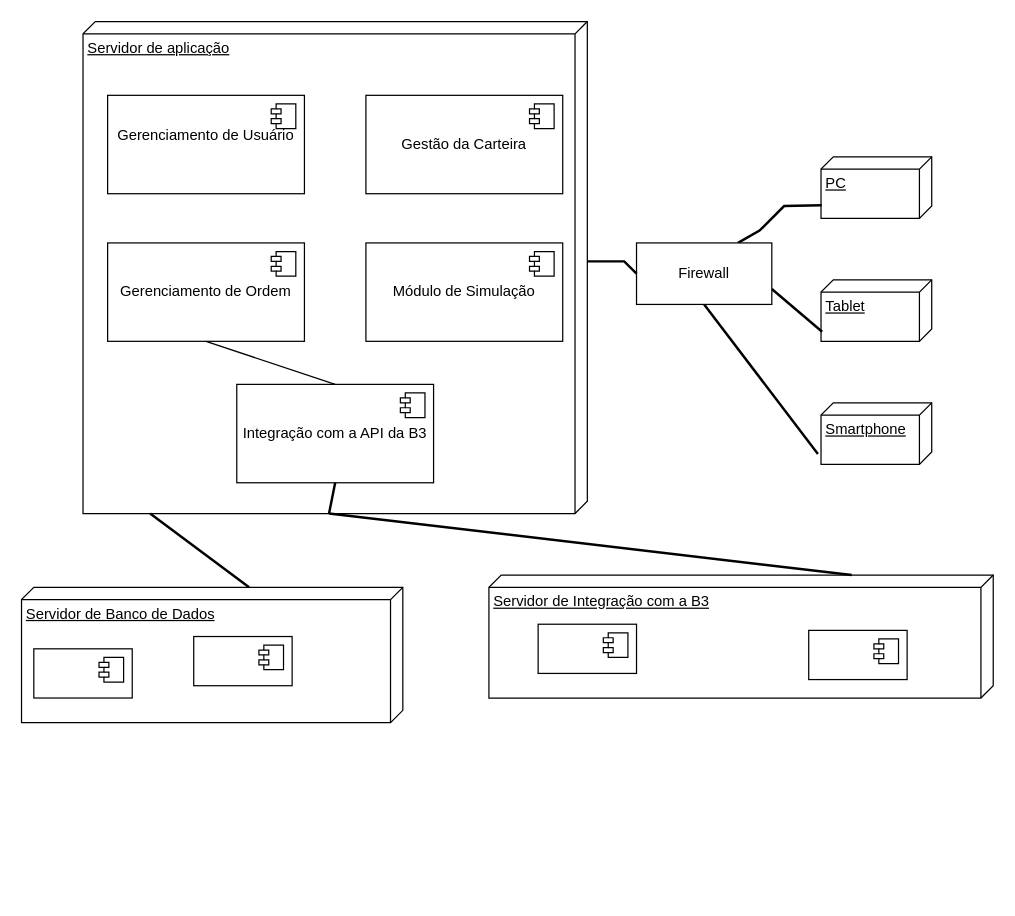
This is page "Página-16" (16 of 16) of DiagramaDeEstados.drawio from ProjetoModelagem/Modelagem, a draw.io file, before an edit. Source tidied: cells renumbered, new cells numbered last; positions are measured from the earlier drawing's top-left corner, leaving out a move shared by most shapes. Both pictures are drawn from the tidied source at 123%, with x=0, y=0 at pixel (21, 21).
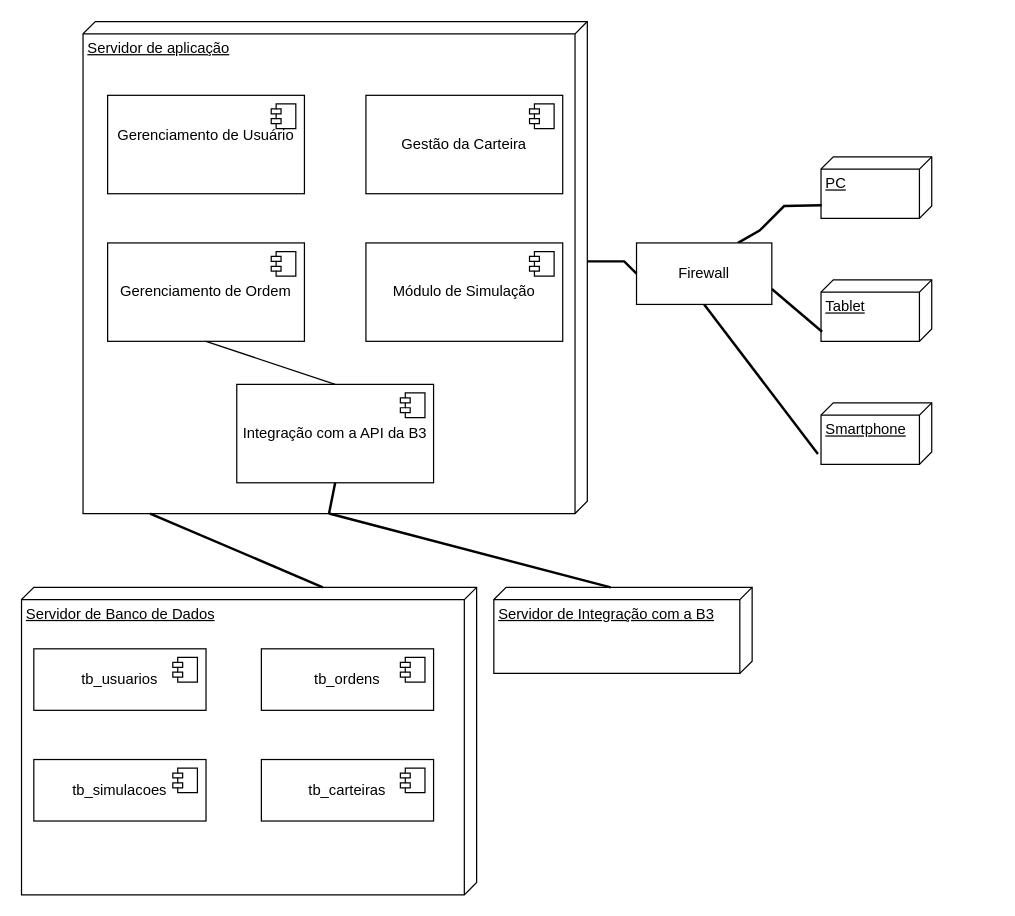
The same page after the edit.

Diff of the diagram source:
```diff
@@
     <mxCell id="13" value="Servidor de Banco de Dados" style="verticalAlign=top;align=left;spacingTop=8;spacingLeft=2;spacingRight=12;shape=cube;size=10;direction=south;fontStyle=4;html=1;whiteSpace=wrap;" parent="1" vertex="1">
-      <mxGeometry y="460" width="310" height="110" as="geometry" />
+      <mxGeometry y="460" width="370" height="250" as="geometry" />
     </mxCell>
     <mxCell id="14" value="Servidor de Integração com a B3" style="verticalAlign=top;align=left;spacingTop=8;spacingLeft=2;spacingRight=12;shape=cube;size=10;direction=south;fontStyle=4;html=1;whiteSpace=wrap;" parent="1" vertex="1">
-      <mxGeometry x="380" y="450" width="410" height="100" as="geometry" />
+      <mxGeometry x="384" y="460" width="210" height="70" as="geometry" />
     </mxCell>
@@
-    <mxCell id="27" style="html=1;whiteSpace=wrap;" parent="1" vertex="1">
-      <mxGeometry x="10" y="510" width="80" height="40" as="geometry" />
+    <mxCell id="27" value="tb_usuarios" style="html=1;whiteSpace=wrap;" parent="1" vertex="1">
+      <mxGeometry x="10" y="510" width="140" height="50" as="geometry" />
     </mxCell>
@@
-    <mxCell id="29" style="html=1;whiteSpace=wrap;" parent="1" vertex="1">
-      <mxGeometry x="140" y="500" width="80" height="40" as="geometry" />
-    </mxCell>
-    <mxCell id="30" style="shape=module;jettyWidth=8;jettyHeight=4;" parent="29" vertex="1">
-      <mxGeometry x="1" width="20" height="20" relative="1" as="geometry">
-        <mxPoint x="-27" y="7" as="offset" />
-      </mxGeometry>
-    </mxCell>
-    <mxCell id="31" style="html=1;whiteSpace=wrap;" parent="1" vertex="1">
-      <mxGeometry x="420" y="490" width="80" height="40" as="geometry" />
-    </mxCell>
-    <mxCell id="32" style="shape=module;jettyWidth=8;jettyHeight=4;" parent="31" vertex="1">
-      <mxGeometry x="1" width="20" height="20" relative="1" as="geometry">
-        <mxPoint x="-27" y="7" as="offset" />
-      </mxGeometry>
-    </mxCell>
-    <mxCell id="33" style="html=1;whiteSpace=wrap;" parent="1" vertex="1">
-      <mxGeometry x="640" y="495" width="80" height="40" as="geometry" />
-    </mxCell>
-    <mxCell id="34" style="shape=module;jettyWidth=8;jettyHeight=4;" parent="33" vertex="1">
-      <mxGeometry x="1" width="20" height="20" relative="1" as="geometry">
-        <mxPoint x="-27" y="7" as="offset" />
-      </mxGeometry>
-    </mxCell>
+    <mxCell id="35" value="tb_ordens" style="html=1;whiteSpace=wrap;" parent="1" vertex="1">
+      <mxGeometry x="195" y="510" width="140" height="50" as="geometry" />
+    </mxCell>
+    <mxCell id="36" style="shape=module;jettyWidth=8;jettyHeight=4;" parent="35" vertex="1">
+      <mxGeometry x="1" width="20" height="20" relative="1" as="geometry">
+        <mxPoint x="-27" y="7" as="offset" />
+      </mxGeometry>
+    </mxCell>
+    <mxCell id="37" value="tb_simulacoes" style="html=1;whiteSpace=wrap;" parent="1" vertex="1">
+      <mxGeometry x="10" y="600" width="140" height="50" as="geometry" />
+    </mxCell>
+    <mxCell id="38" style="shape=module;jettyWidth=8;jettyHeight=4;" parent="37" vertex="1">
+      <mxGeometry x="1" width="20" height="20" relative="1" as="geometry">
+        <mxPoint x="-27" y="7" as="offset" />
+      </mxGeometry>
+    </mxCell>
+    <mxCell id="39" value="tb_carteiras" style="html=1;whiteSpace=wrap;" parent="1" vertex="1">
+      <mxGeometry x="195" y="600" width="140" height="50" as="geometry" />
+    </mxCell>
+    <mxCell id="40" style="shape=module;jettyWidth=8;jettyHeight=4;" parent="39" vertex="1">
+      <mxGeometry x="1" width="20" height="20" relative="1" as="geometry">
+        <mxPoint x="-27" y="7" as="offset" />
+      </mxGeometry>
+    </mxCell>
```
